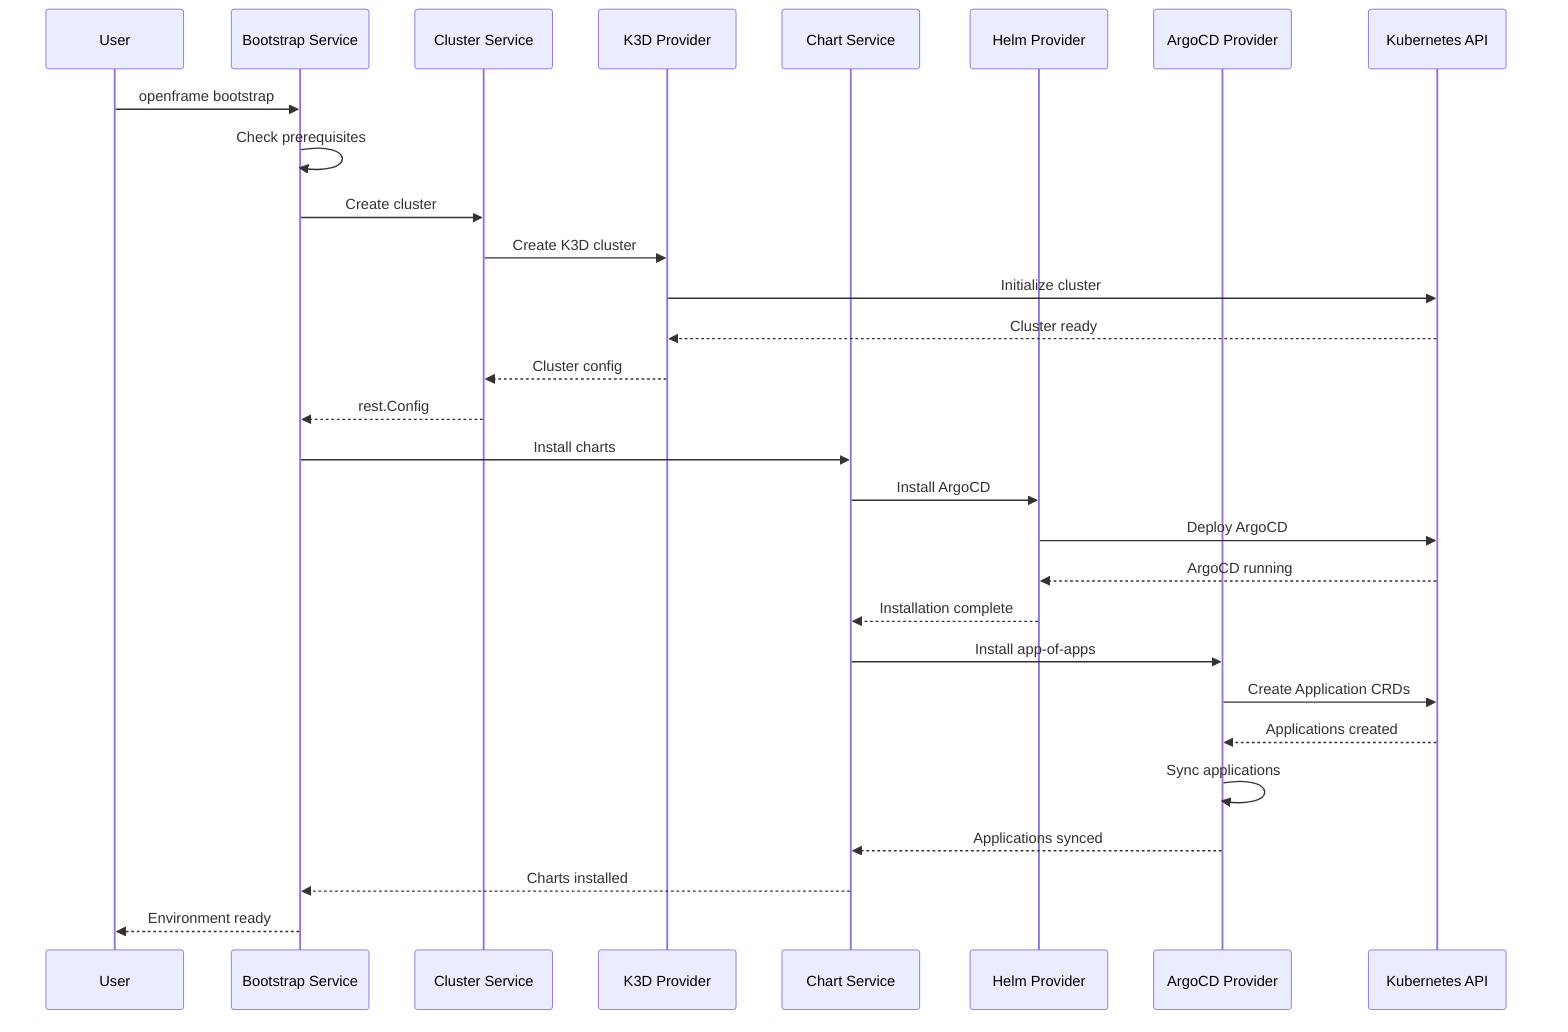
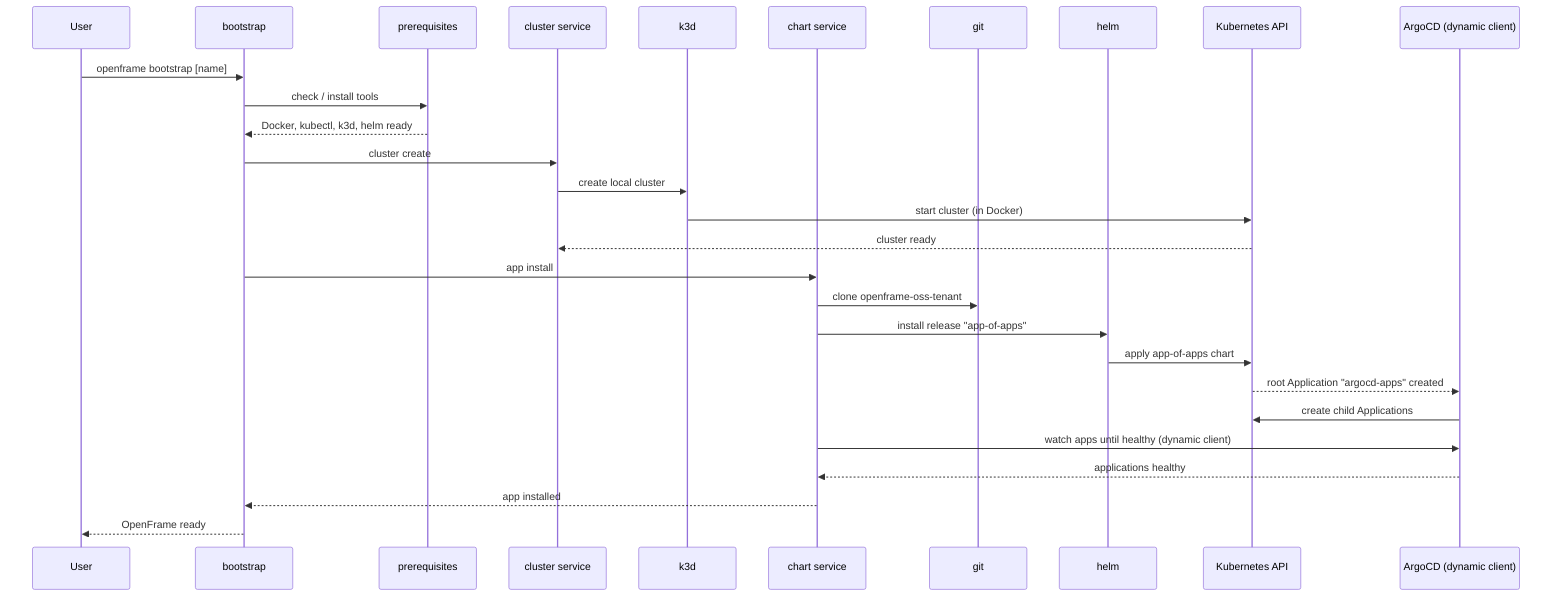
sequenceDiagram
    participant User
-     participant Bootstrap as Bootstrap Service
-     participant Cluster as Cluster Service
-     participant K3D as K3D Provider
-     participant Chart as Chart Service
-     participant Helm as Helm Provider
-     participant ArgoCD as ArgoCD Provider
+     participant Bootstrap as bootstrap
+     participant Prereq as prerequisites
+     participant Cluster as cluster service
+     participant K3D as k3d
+     participant Chart as chart service
+     participant Git as git
+     participant Helm as helm
    participant K8s as Kubernetes API
+     participant Argo as ArgoCD (dynamic client)

-     User->>Bootstrap: openframe bootstrap
-     Bootstrap->>Bootstrap: Check prerequisites
-     Bootstrap->>Cluster: Create cluster
-     Cluster->>K3D: Create K3D cluster
-     K3D->>K8s: Initialize cluster
-     K8s-->>K3D: Cluster ready
-     K3D-->>Cluster: Cluster config
-     Cluster-->>Bootstrap: rest.Config
+     User->>Bootstrap: openframe bootstrap [name]
+     Bootstrap->>Prereq: check / install tools
+     Prereq-->>Bootstrap: Docker, kubectl, k3d, helm ready

-     Bootstrap->>Chart: Install charts
-     Chart->>Helm: Install ArgoCD
-     Helm->>K8s: Deploy ArgoCD
-     K8s-->>Helm: ArgoCD running
-     Helm-->>Chart: Installation complete
+     Bootstrap->>Cluster: cluster create
+     Cluster->>K3D: create local cluster
+     K3D->>K8s: start cluster (in Docker)
+     K8s-->>Cluster: cluster ready

-     Chart->>ArgoCD: Install app-of-apps
-     ArgoCD->>K8s: Create Application CRDs
-     K8s-->>ArgoCD: Applications created
-     ArgoCD->>ArgoCD: Sync applications
-     ArgoCD-->>Chart: Applications synced
-     Chart-->>Bootstrap: Charts installed
-     Bootstrap-->>User: Environment ready
+     Bootstrap->>Chart: app install
+     Chart->>Git: clone openframe-oss-tenant
+     Chart->>Helm: install release "app-of-apps"
+     Helm->>K8s: apply app-of-apps chart
+     K8s-->>Argo: root Application "argocd-apps" created
+     Argo->>K8s: create child Applications
+     Chart->>Argo: watch apps until healthy (dynamic client)
+     Argo-->>Chart: applications healthy
+     Chart-->>Bootstrap: app installed
+     Bootstrap-->>User: OpenFrame ready
